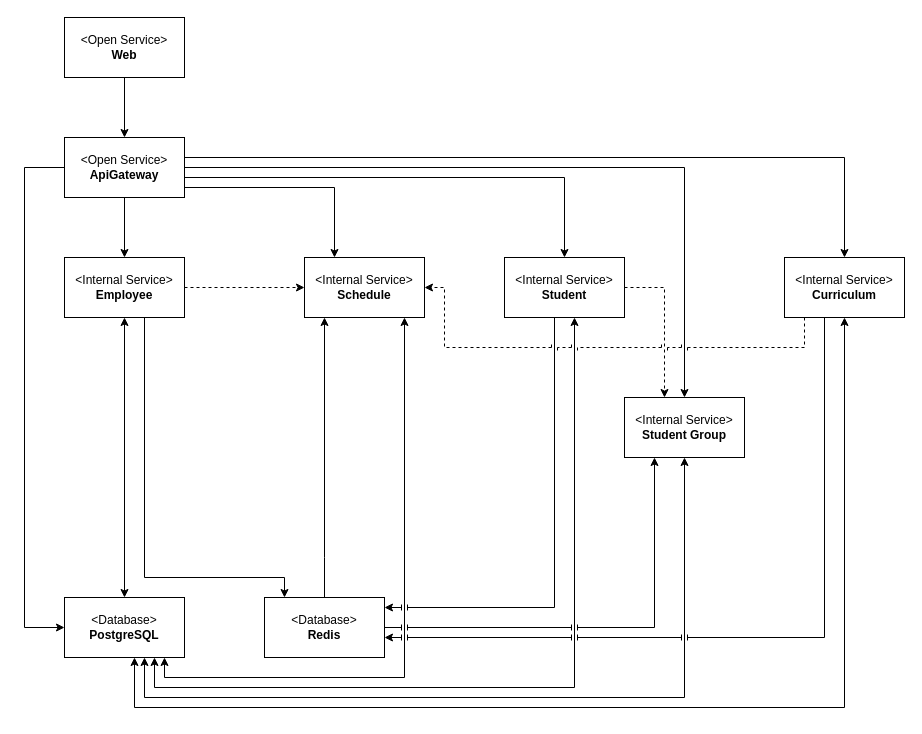
Earlier version of the draw.io diagram docs/architecture.drawio (IrusHunter/duckademic). Source tidied: cells renumbered, new cells numbered last; positions are measured from the earlier drawing's top-left corner, leaving out a move shared by most shapes. Both pictures are drawn from the tidied source at 100%, with x=0, y=0 at pixel (24, 17).
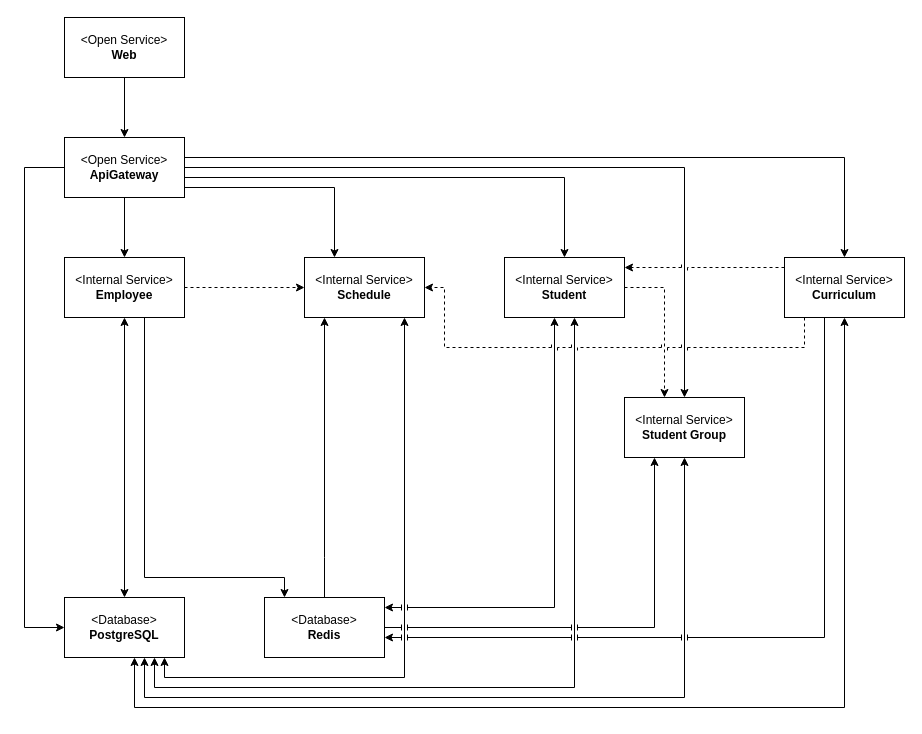
The same diagram, later.

Unchanged cells that the change refers to:
```xml
<mxCell id="12" value="&amp;lt;Database&amp;gt;&lt;div&gt;&lt;b&gt;Redis&lt;/b&gt;&lt;/div&gt;" style="html=1;whiteSpace=wrap;" parent="1" vertex="1">
  <mxGeometry x="240" y="580" width="120" height="60" as="geometry" />
</mxCell>
<mxCell id="17" value="&amp;lt;Internal Service&amp;gt;&lt;div&gt;&lt;b&gt;Student&lt;/b&gt;&lt;/div&gt;" style="html=1;whiteSpace=wrap;" parent="1" vertex="1">
  <mxGeometry x="480" y="240" width="120" height="60" as="geometry" />
</mxCell>
<mxCell id="27" value="&amp;lt;Internal Service&amp;gt;&lt;div&gt;&lt;b&gt;Curriculum&lt;/b&gt;&lt;/div&gt;" style="html=1;whiteSpace=wrap;" parent="1" vertex="1">
  <mxGeometry x="760" y="240" width="120" height="60" as="geometry" />
</mxCell>
```

The edit, as a diff of the source:
```diff
@@
-    <mxCell id="18" style="edgeStyle=orthogonalEdgeStyle;html=1;rounded=0;curved=0;jumpStyle=line;" parent="1" edge="1" source="17" target="12">
+    <mxCell id="18" style="edgeStyle=orthogonalEdgeStyle;html=1;rounded=0;curved=0;jumpStyle=line;startArrow=classic;startFill=1;" parent="1" edge="1" source="17" target="12">
       <mxGeometry relative="1" as="geometry">
         <Array as="points">
           <mxPoint x="530" y="590" />
         </Array>
       </mxGeometry>
     </mxCell>
@@
+    <mxCell id="32" style="edgeStyle=orthogonalEdgeStyle;html=1;rounded=0;curved=0;dashed=1;jumpStyle=line;" parent="1" edge="1" source="27" target="17">
+      <mxGeometry relative="1" as="geometry">
+        <Array as="points">
+          <mxPoint x="680" y="250" />
+          <mxPoint x="680" y="250" />
+        </Array>
+      </mxGeometry>
+    </mxCell>
```
